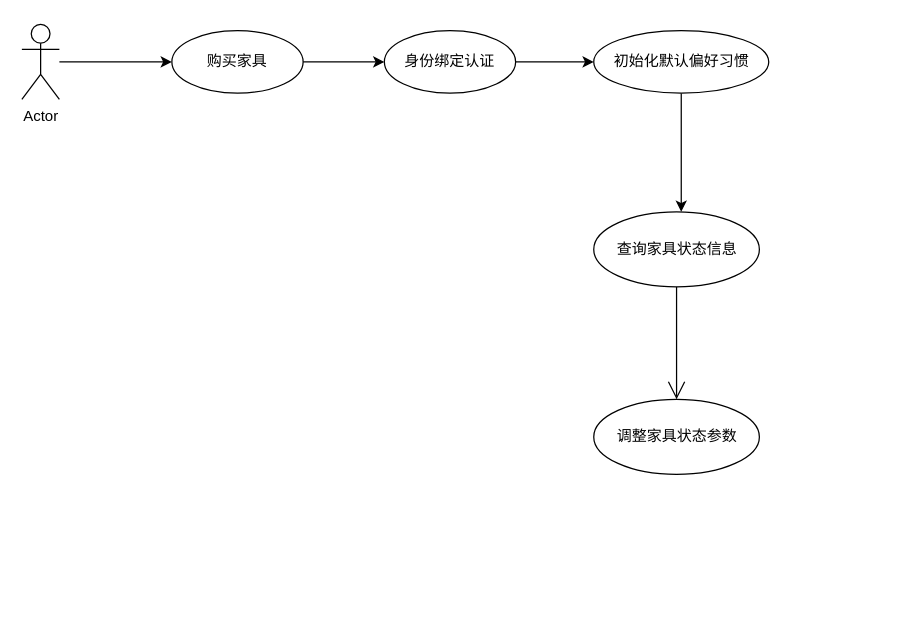
This is umltest.drawio from 2919282119/charts, a draw.io file, before an edit. Source tidied: cells renumbered, new cells numbered last; positions are measured from the earlier drawing's top-left corner, leaving out a move shared by most shapes. Both pictures are drawn from the tidied source at 125%, with x=0, y=0 at pixel (21, 24).
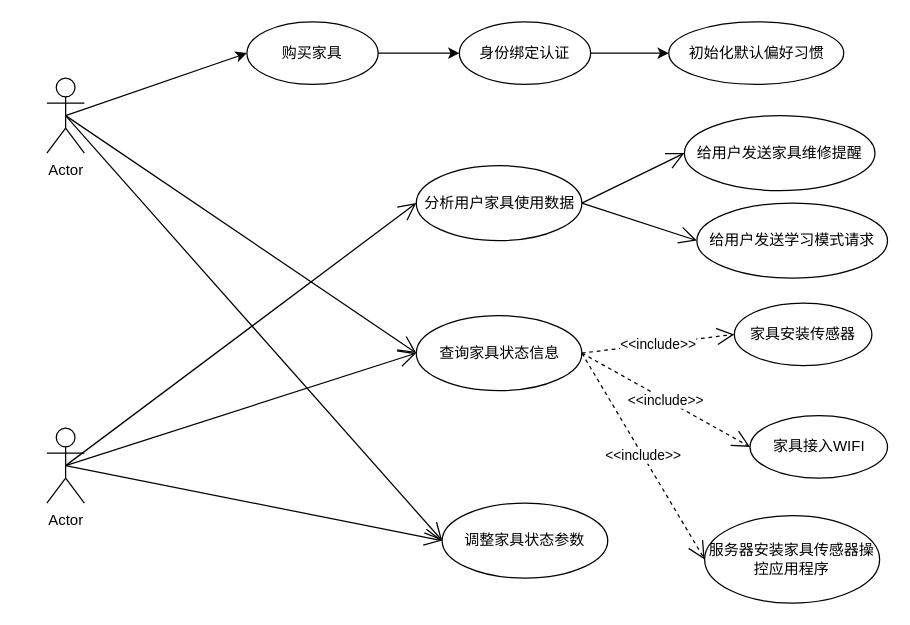
After the change.

Commit message:
用户+管理员用例图

The edit, as a diff of the source:
```diff
@@
     <mxCell id="2" value="Actor" style="shape=umlActor;verticalLabelPosition=bottom;verticalAlign=top;html=1;outlineConnect=0;" parent="1" vertex="1">
-      <mxGeometry width="30" height="60" as="geometry" />
+      <mxGeometry x="20" y="43" width="30" height="60" as="geometry" />
     </mxCell>
-    <mxCell id="3" style="endArrow=classic;html=1;rounded=0;entryX=0;entryY=0.5;entryDx=0;entryDy=0;" parent="1" edge="1" source="2" target="7">
+    <mxCell id="3" style="endArrow=classic;html=1;rounded=0;entryX=0;entryY=0.5;entryDx=0;entryDy=0;exitX=0.5;exitY=0.5;exitDx=0;exitDy=0;exitPerimeter=0;" parent="1" edge="1" source="2" target="7">
       <mxGeometry relative="1" as="geometry" />
     </mxCell>
@@
-    <mxCell id="6" style="endArrow=classic;html=1;rounded=0;exitX=0.5;exitY=1;exitDx=0;exitDy=0;entryX=0.5;entryY=0;entryDx=0;entryDy=0;" parent="1" edge="1" source="9">
-      <mxGeometry relative="1" as="geometry">
-        <mxPoint x="527.5" y="150" as="targetPoint" />
-      </mxGeometry>
-    </mxCell>
     <mxCell id="7" value="购买家具" style="ellipse;whiteSpace=wrap;html=1;" parent="1" vertex="1">
-      <mxGeometry x="120" y="5" width="105" height="50" as="geometry" />
+      <mxGeometry x="180" y="-2" width="105" height="50" as="geometry" />
     </mxCell>
     <mxCell id="8" value="身份绑定认证" style="ellipse;whiteSpace=wrap;html=1;" parent="1" vertex="1">
-      <mxGeometry x="290" y="5" width="105" height="50" as="geometry" />
+      <mxGeometry x="350" y="-2" width="105" height="50" as="geometry" />
     </mxCell>
     <mxCell id="9" value="初始化默认偏好习惯" style="ellipse;whiteSpace=wrap;html=1;" parent="1" vertex="1">
-      <mxGeometry x="457.5" y="5" width="140" height="50" as="geometry" />
+      <mxGeometry x="517.5" y="-2" width="140" height="50" as="geometry" />
     </mxCell>
     <mxCell id="10" value="查询家具状态信息" style="ellipse;whiteSpace=wrap;html=1;" parent="1" vertex="1">
-      <mxGeometry x="457.5" y="150" width="132.5" height="60" as="geometry" />
+      <mxGeometry x="315.5" y="233" width="132.5" height="60" as="geometry" />
     </mxCell>
     <mxCell id="11" value="调整家具状态参数" style="ellipse;whiteSpace=wrap;html=1;" parent="1" vertex="1">
-      <mxGeometry x="457.5" y="300" width="132.5" height="60" as="geometry" />
+      <mxGeometry x="336.2" y="383" width="132.5" height="60" as="geometry" />
     </mxCell>
-    <mxCell id="12" style="endArrow=open;endFill=1;endSize=12;html=1;rounded=0;entryX=0.5;entryY=0;entryDx=0;entryDy=0;exitX=0.5;exitY=1;exitDx=0;exitDy=0;" parent="1" edge="1" source="10" target="11">
+    <mxCell id="12" style="endArrow=open;endFill=1;endSize=12;html=1;rounded=0;entryX=0;entryY=0.5;entryDx=0;entryDy=0;exitX=0.5;exitY=0.5;exitDx=0;exitDy=0;exitPerimeter=0;" parent="1" edge="1" source="2" target="11">
       <mxGeometry relative="1" as="geometry" />
     </mxCell>
+    <mxCell id="13" style="endArrow=open;endFill=1;endSize=12;html=1;rounded=0;entryX=0;entryY=0.5;entryDx=0;entryDy=0;exitX=0.5;exitY=0.5;exitDx=0;exitDy=0;exitPerimeter=0;" parent="1" edge="1" source="2" target="10">
+      <mxGeometry relative="1" as="geometry" />
+    </mxCell>
+    <mxCell id="14" value="Actor" style="shape=umlActor;verticalLabelPosition=bottom;verticalAlign=top;html=1;" parent="1" vertex="1">
+      <mxGeometry x="20" y="323" width="30" height="60" as="geometry" />
+    </mxCell>
+    <mxCell id="15" style="endArrow=open;endFill=1;endSize=12;html=1;rounded=0;exitX=0.5;exitY=0.5;exitDx=0;exitDy=0;exitPerimeter=0;entryX=0;entryY=0.5;entryDx=0;entryDy=0;" parent="1" edge="1" source="14" target="10">
+      <mxGeometry relative="1" as="geometry" />
+    </mxCell>
+    <mxCell id="16" style="endArrow=open;endFill=1;endSize=12;html=1;rounded=0;exitX=0.5;exitY=0.5;exitDx=0;exitDy=0;exitPerimeter=0;entryX=0;entryY=0.5;entryDx=0;entryDy=0;" parent="1" edge="1" source="14" target="11">
+      <mxGeometry relative="1" as="geometry" />
+    </mxCell>
+    <mxCell id="17" value="分析用户家具使用数据" style="ellipse;whiteSpace=wrap;html=1;" parent="1" vertex="1">
+      <mxGeometry x="315.5" y="113" width="132.5" height="60" as="geometry" />
+    </mxCell>
+    <mxCell id="18" style="endArrow=open;endFill=1;endSize=12;html=1;rounded=0;exitX=0.5;exitY=0.5;exitDx=0;exitDy=0;exitPerimeter=0;entryX=0;entryY=0.5;entryDx=0;entryDy=0;" parent="1" edge="1" source="14" target="17">
+      <mxGeometry relative="1" as="geometry" />
+    </mxCell>
+    <mxCell id="19" value="给用户发送学习模式请求" style="ellipse;whiteSpace=wrap;html=1;" parent="1" vertex="1">
+      <mxGeometry x="540" y="143" width="152.5" height="60" as="geometry" />
+    </mxCell>
+    <mxCell id="20" style="endArrow=open;endFill=1;endSize=12;html=1;rounded=0;entryX=0;entryY=0.5;entryDx=0;entryDy=0;exitX=1;exitY=0.5;exitDx=0;exitDy=0;" parent="1" edge="1" source="17" target="19">
+      <mxGeometry relative="1" as="geometry" />
+    </mxCell>
+    <mxCell id="21" value="给用户发送家具维修提醒" style="ellipse;whiteSpace=wrap;html=1;" parent="1" vertex="1">
+      <mxGeometry x="530" y="73" width="152.5" height="60" as="geometry" />
+    </mxCell>
+    <mxCell id="22" style="endArrow=open;endFill=1;endSize=12;html=1;rounded=0;exitX=1;exitY=0.5;exitDx=0;exitDy=0;entryX=0;entryY=0.5;entryDx=0;entryDy=0;" parent="1" edge="1" source="17" target="21">
+      <mxGeometry relative="1" as="geometry" />
+    </mxCell>
+    <mxCell id="23" value="家具安装传感器" style="ellipse;whiteSpace=wrap;html=1;" parent="1" vertex="1">
+      <mxGeometry x="570" y="223" width="110" height="50" as="geometry" />
+    </mxCell>
+    <mxCell id="24" value="家具接入WIFI" style="ellipse;whiteSpace=wrap;html=1;" parent="1" vertex="1">
+      <mxGeometry x="582.5" y="313" width="110" height="50" as="geometry" />
+    </mxCell>
+    <mxCell id="25" value="服务器安装家具传感器操控应用程序" style="ellipse;whiteSpace=wrap;html=1;" parent="1" vertex="1">
+      <mxGeometry x="546.2" y="393" width="140" height="70" as="geometry" />
+    </mxCell>
+    <mxCell id="26" value="&amp;lt;&amp;lt;include&amp;gt;&amp;gt;" style="endArrow=open;endSize=12;dashed=1;html=1;rounded=0;entryX=0;entryY=0.5;entryDx=0;entryDy=0;exitX=1;exitY=0.5;exitDx=0;exitDy=0;" parent="1" edge="1" source="10" target="23">
+      <mxGeometry x="-0.01" relative="1" as="geometry" />
+    </mxCell>
+    <mxCell id="27" value="&amp;lt;&amp;lt;include&amp;gt;&amp;gt;" style="endArrow=open;endSize=12;dashed=1;html=1;rounded=0;entryX=0;entryY=0.5;entryDx=0;entryDy=0;exitX=1;exitY=0.5;exitDx=0;exitDy=0;" parent="1" edge="1" source="10" target="24">
+      <mxGeometry relative="1" as="geometry" />
+    </mxCell>
+    <mxCell id="28" value="&amp;lt;&amp;lt;include&amp;gt;&amp;gt;" style="endArrow=open;endSize=12;dashed=1;html=1;rounded=0;entryX=0;entryY=0.5;entryDx=0;entryDy=0;exitX=1;exitY=0.5;exitDx=0;exitDy=0;" parent="1" edge="1" source="10" target="25">
+      <mxGeometry relative="1" as="geometry" />
+    </mxCell>
```
